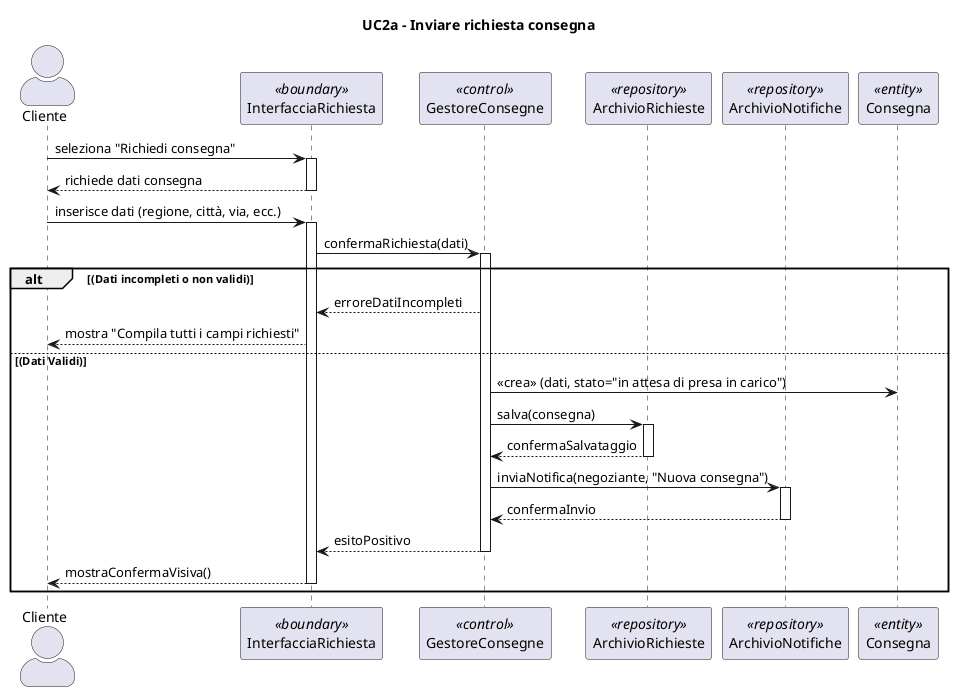
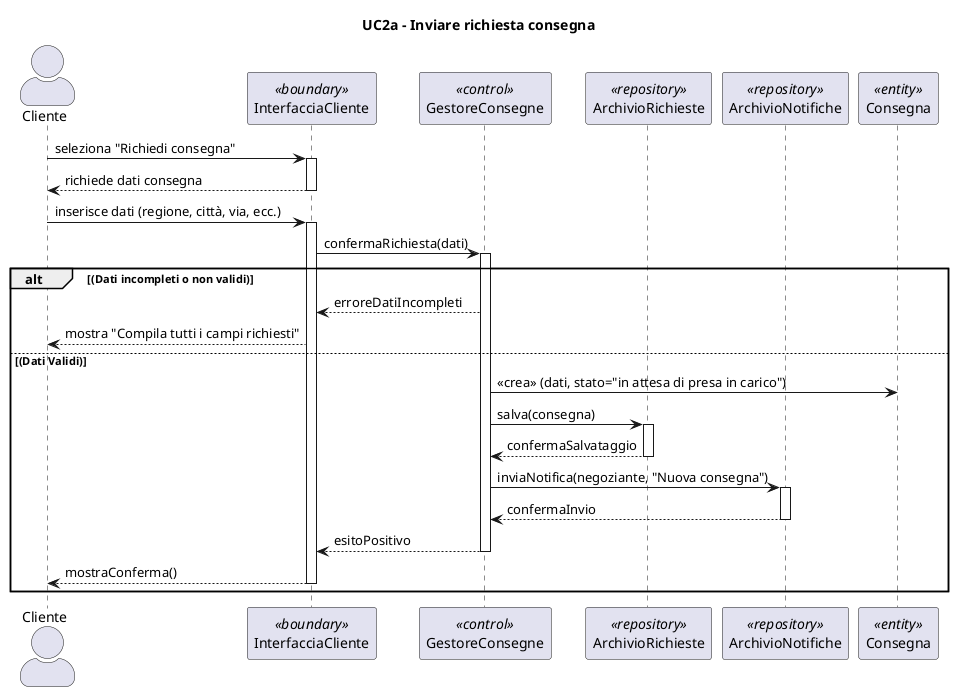
@startuml

skinparam actorStyle awesome
title UC2a - Inviare richiesta consegna

actor Cliente
- participant "InterfacciaRichiesta" as Boundary <<boundary>>
+ participant "InterfacciaCliente" as Boundary <<boundary>>
participant "GestoreConsegne" as Control <<control>>
participant "ArchivioRichieste" as RepoConsegna <<repository>>
participant "ArchivioNotifiche" as RepoNotifica <<repository>>
participant "Consegna" as Consegna <<entity>>


Cliente -> Boundary : seleziona "Richiedi consegna"
activate Boundary
Boundary --> Cliente : richiede dati consegna
deactivate Boundary

Cliente -> Boundary : inserisce dati (regione, città, via, ecc.)
activate Boundary

Boundary -> Control : confermaRichiesta(dati)
activate Control

alt (Dati incompleti o non validi)
    Control --> Boundary : erroreDatiIncompleti
    Boundary --> Cliente : mostra "Compila tutti i campi richiesti"
else (Dati Validi)

    Control -> Consegna : <<crea>> (dati, stato="in attesa di presa in carico")
    Control -> RepoConsegna : salva(consegna)
    activate RepoConsegna
    RepoConsegna --> Control : confermaSalvataggio
    deactivate RepoConsegna

    Control -> RepoNotifica : inviaNotifica(negoziante, "Nuova consegna")
    activate RepoNotifica
    RepoNotifica --> Control : confermaInvio
    deactivate RepoNotifica

    Control --> Boundary : esitoPositivo
    deactivate Control
-     Boundary --> Cliente : mostraConfermaVisiva()
+     Boundary --> Cliente : mostraConferma()
    deactivate Boundary
end
@enduml

